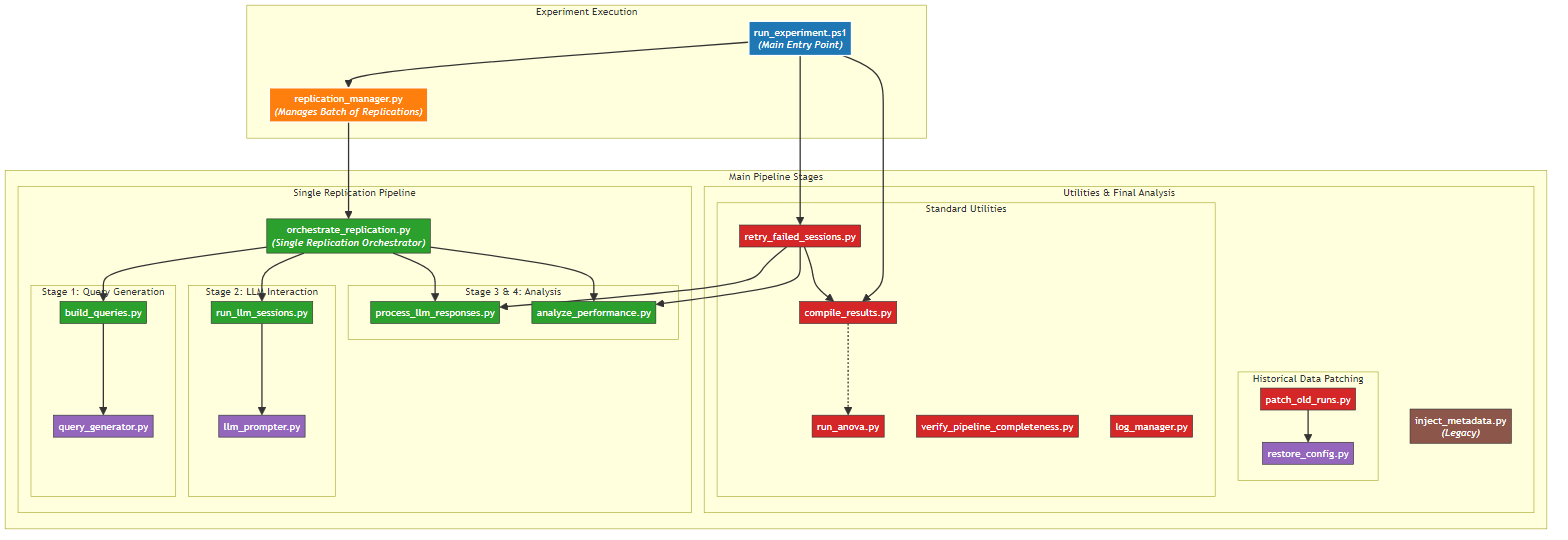
peterjmarko/llm-narrative-framework keeps this Mermaid diagram as docs/images/architecture_code.png. Above is the earlier version. Its source is kept beside it as docs/diagrams/architecture_code.mmd.
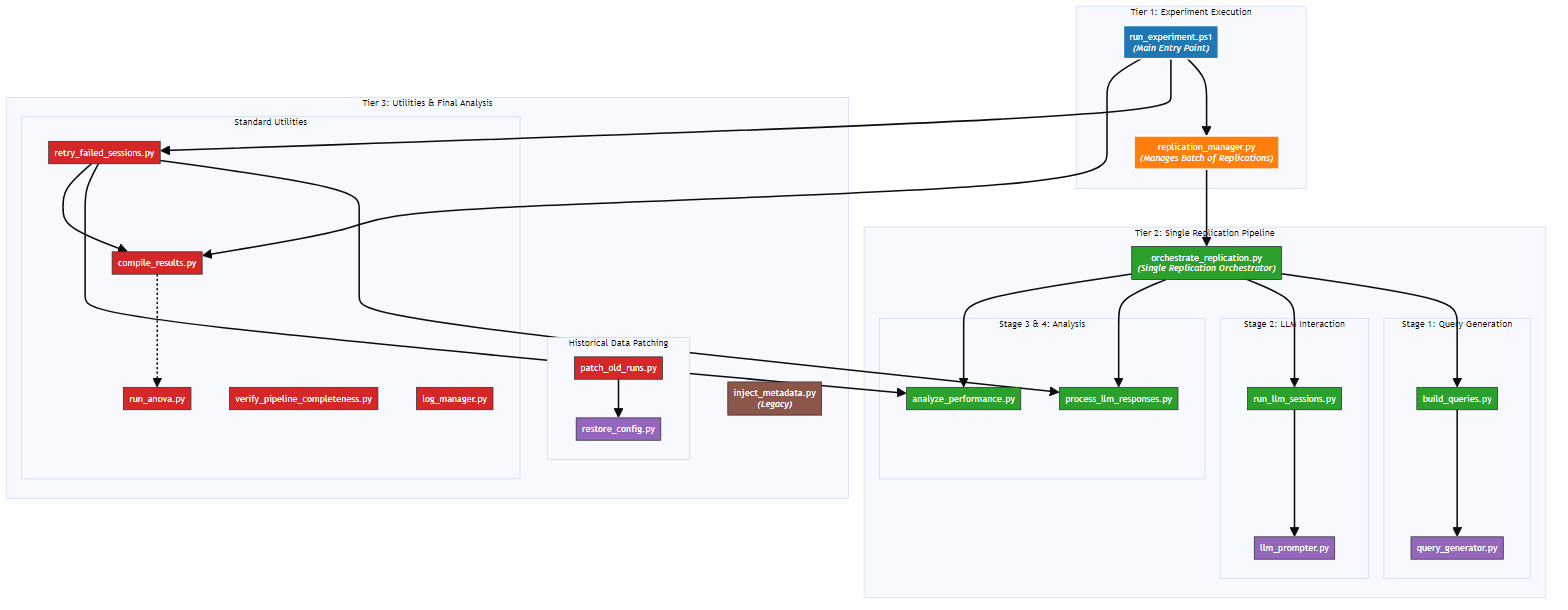
The same file after the commit.

Change to the diagram source:
```diff
@@ -1,4 +1,14 @@
 graph TD;
+
+    %%{
+      init: {
+        'theme': 'base',
+        'themeVariables': {
+          'fontSize': '12px',
+          'nodePadding': '5px'
+        }
+      }
+    }%%
 
     classDef ExperimentRunner fill:#1f77b4,stroke:#fff,stroke-width:2px,color:#fff;
     classDef ReplicationManager fill:#ff7f0e,stroke:#fff,stroke-width:2px,color:#fff;
@@ -7,46 +17,43 @@
     classDef Worker fill:#9467bd,stroke:#333,stroke-width:1px,color:#fff;
     classDef Legacy fill:#8c564b,stroke:#333,stroke-width:1px,color:#fff;
 
-    subgraph "Experiment Execution"
+    subgraph "Tier 1: Experiment Execution"
         run_exp["run_experiment.ps1<br/><i>(Main Entry Point)</i>"]:::ExperimentRunner;
         rep_man["replication_manager.py<br/><i>(Manages Batch of Replications)</i>"]:::ReplicationManager;
     end
 
-    subgraph "Main Pipeline Stages"
+    subgraph "Tier 2: Single Replication Pipeline"
         direction TB
-        subgraph "Single Replication Pipeline"
-            orch["orchestrate_replication.py<br/><i>(Single Replication Orchestrator)</i>"]:::Stage;
-            subgraph "Stage 1: Query Generation"
-                build["build_queries.py"]:::Stage;
-                qgen["query_generator.py"]:::Worker;
-            end
-            subgraph "Stage 2: LLM Interaction"
-                sessions["run_llm_sessions.py"]:::Stage;
-                prompter["llm_prompter.py"]:::Worker;
-            end
-            subgraph "Stage 3 & 4: Analysis"
-                process["process_llm_responses.py"]:::Stage;
-                analyze["analyze_performance.py"]:::Stage;
-            end
+        orch["orchestrate_replication.py<br/><i>(Single Replication Orchestrator)</i>"]:::Stage;
+        subgraph "Stage 1: Query Generation"
+            build["build_queries.py"]:::Stage;
+            qgen["query_generator.py"]:::Worker;
         end
-
-        subgraph "Utilities & Final Analysis"
-            direction TB
-            subgraph "Standard Utilities"
-                retry["retry_failed_sessions.py"]:::Utility;
-                compile["compile_results.py"]:::Utility;
-                anova["run_anova.py"]:::Utility;
-                verify["verify_pipeline_completeness.py"]:::Utility;
-                log_man["log_manager.py"]:::Utility;
-            end
-            subgraph "Historical Data Patching"
-                patcher["patch_old_runs.py"]:::Utility;
-                restorer["restore_config.py"]:::Worker;
-            end
-            inject["inject_metadata.py<br/><i>(Legacy)</i>"]:::Legacy;
+        subgraph "Stage 2: LLM Interaction"
+            sessions["run_llm_sessions.py"]:::Stage;
+            prompter["llm_prompter.py"]:::Worker;
+        end
+        subgraph "Stage 3 & 4: Analysis"
+            process["process_llm_responses.py"]:::Stage;
+            analyze["analyze_performance.py"]:::Stage;
         end
     end
 
+    subgraph "Tier 3: Utilities & Final Analysis"
+        direction LR
+        subgraph "Standard Utilities"
+            retry["retry_failed_sessions.py"]:::Utility;
+            compile["compile_results.py"]:::Utility;
+            anova["run_anova.py"]:::Utility;
+            verify["verify_pipeline_completeness.py"]:::Utility;
+            log_man["log_manager.py"]:::Utility;
+        end
+        subgraph "Historical Data Patching"
+            patcher["patch_old_runs.py"]:::Utility;
+            restorer["restore_config.py"]:::Worker;
+        end
+        inject["inject_metadata.py<br/><i>(Legacy)</i>"]:::Legacy;
+    end
 
     run_exp --> rep_man;
     rep_man --> orch;
```
